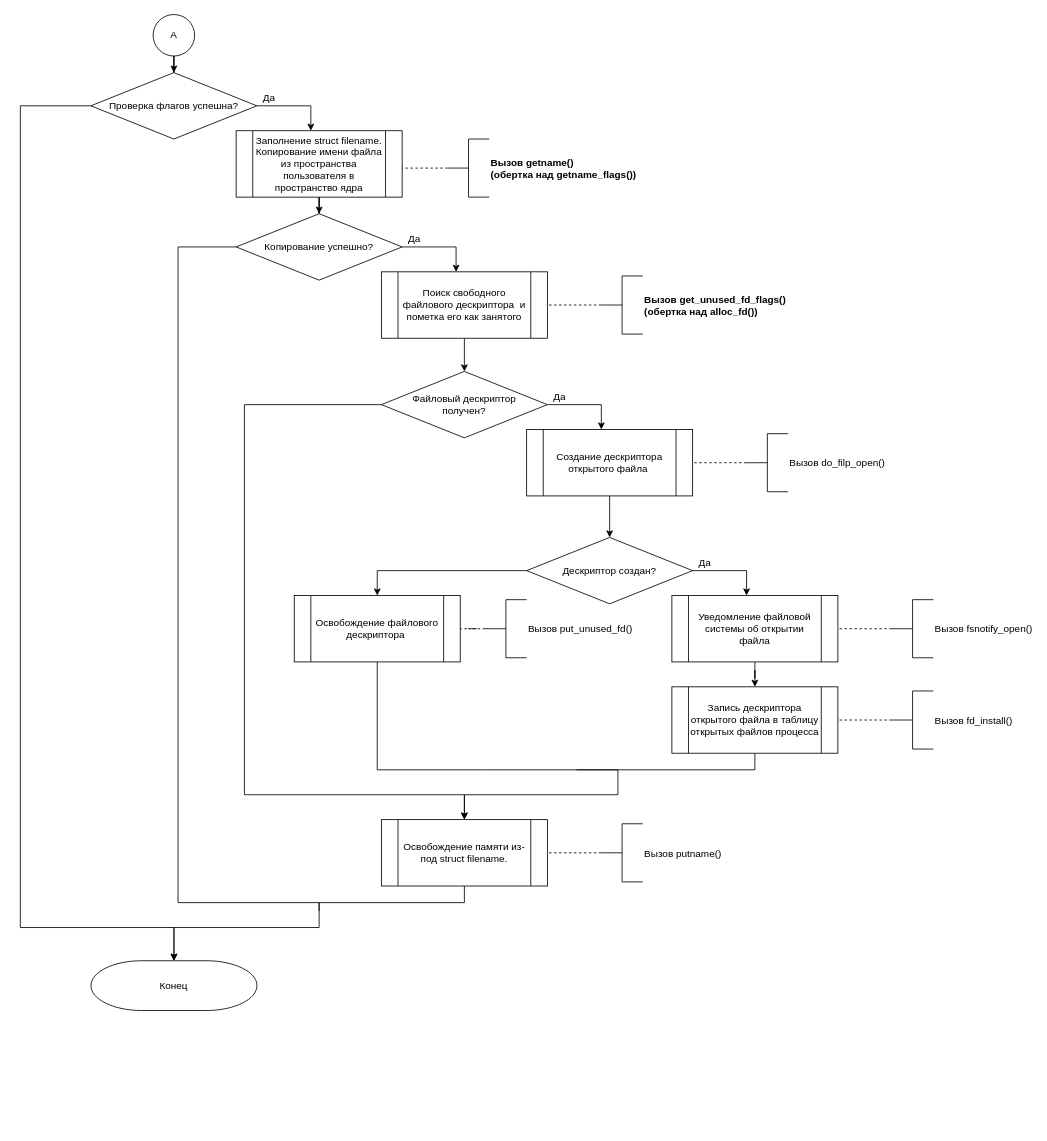
Above: page "open2" (2 of 7) of lab_06/tex/img/clean.drawio in alena-zayts/BMSTU_6sem_operating_systems (draw.io), before the change. Source tidied: cells renumbered, new cells numbered last; positions are measured from the earlier drawing's top-left corner, leaving out a move shared by most shapes. Both pictures are drawn from the tidied source at 83%, with x=0, y=0 at pixel (20, 14).
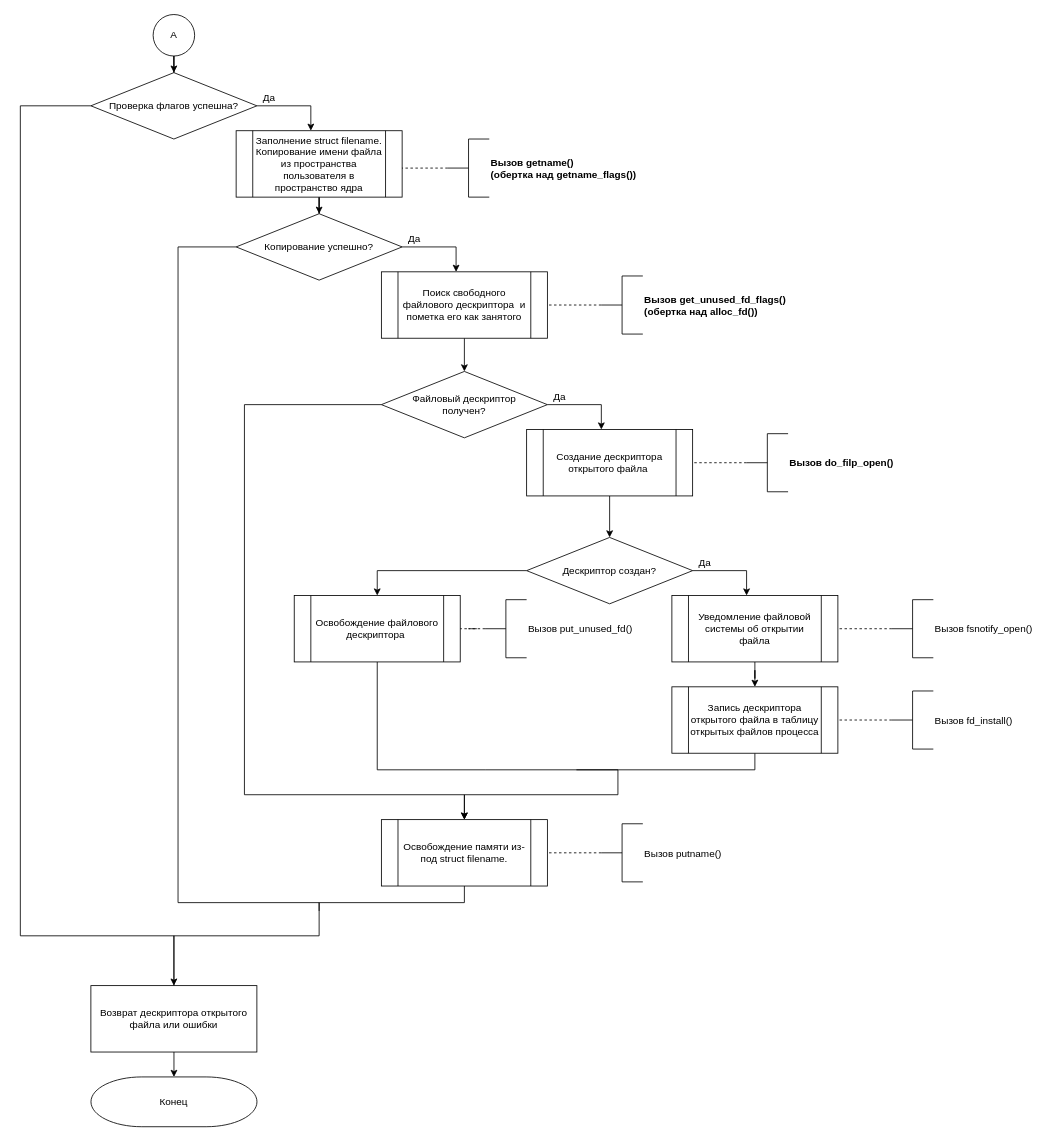
The same page after the edit.

The change refers to these unchanged cells:
```xml
<mxCell id="4" value="Проверка флагов успешна?" style="rhombus;whiteSpace=wrap;strokeWidth=1;fontFamily=Helvetica;fontSize=12;fontStyle=0;" parent="1" vertex="1">
  <mxGeometry x="85" y="70" width="200" height="80" as="geometry" />
</mxCell>
<mxCell id="45" value="Освобождение памяти из-под struct filename." style="shape=process;whiteSpace=wrap;backgroundOutline=1;fontFamily=Helvetica;fontSize=12;fontStyle=0;" parent="1" vertex="1">
  <mxGeometry x="435" y="970" width="200" height="80" as="geometry" />
</mxCell>
```

The edit, as a diff of the source:
```diff
@@
     <mxCell id="3" style="edgeStyle=orthogonalEdgeStyle;rounded=0;jettySize=auto;exitX=0;exitY=0.5;exitDx=0;exitDy=0;fontFamily=Helvetica;fontSize=12;fontStyle=0;entryX=0.5;entryY=0;entryDx=0;entryDy=0;entryPerimeter=0;" parent="1" edge="1" source="4" target="48">
       <mxGeometry relative="1" as="geometry">
         <Array as="points">
           <mxPoint y="110" />
-          <mxPoint y="1100" />
-          <mxPoint x="185" y="1100" />
+          <mxPoint y="1110" />
+          <mxPoint x="185" y="1110" />
         </Array>
       </mxGeometry>
     </mxCell>
@@
-    <mxCell id="26" value="Вызов do_filp_open()" style="strokeWidth=1;shape=mxgraph.flowchart.annotation_2;align=left;labelPosition=right;fontFamily=Helvetica;fontSize=12;fontStyle=0;" parent="1" vertex="1">
+    <mxCell id="26" value="Вызов do_filp_open()" style="strokeWidth=1;shape=mxgraph.flowchart.annotation_2;align=left;labelPosition=right;fontFamily=Helvetica;fontSize=12;fontStyle=1;" parent="1" vertex="1">
       <mxGeometry x="875" y="505" width="50" height="70" as="geometry" />
     </mxCell>
@@
-    <mxCell id="44" style="edgeStyle=orthogonalEdgeStyle;rounded=0;jettySize=auto;html=0;entryX=0.5;entryY=0;entryDx=0;entryDy=0;entryPerimeter=0;fontFamily=Helvetica;fontSize=12;fontColor=#000000;" parent="1" edge="1" source="45" target="48">
+    <mxCell id="44" style="edgeStyle=orthogonalEdgeStyle;rounded=0;jettySize=auto;html=0;entryX=0.5;entryY=0;entryDx=0;entryDy=0;fontFamily=Helvetica;fontSize=12;fontColor=#000000;" parent="1" edge="1" source="45" target="50">
       <mxGeometry relative="1" as="geometry">
         <Array as="points">
           <mxPoint x="535" y="1070" />
           <mxPoint x="360" y="1070" />
-          <mxPoint x="360" y="1100" />
-          <mxPoint x="185" y="1100" />
+          <mxPoint x="360" y="1110" />
+          <mxPoint x="185" y="1110" />
         </Array>
       </mxGeometry>
     </mxCell>
@@
     <mxCell id="48" value="Конец" style="strokeWidth=1;shape=mxgraph.flowchart.terminator;whiteSpace=wrap;fontFamily=Helvetica;fontSize=12;fontStyle=0;" parent="1" vertex="1">
-      <mxGeometry x="85.1" y="1140" width="200" height="60" as="geometry" />
+      <mxGeometry x="85.1" y="1280" width="200" height="60" as="geometry" />
     </mxCell>
@@
+    <mxCell id="50" value="Возврат дескриптора открытого файла или ошибки" style="rounded=0;whiteSpace=wrap;strokeWidth=1;fontFamily=Helvetica;fontSize=12;fontStyle=0;" parent="1" vertex="1">
+      <mxGeometry x="85" y="1170" width="200" height="80" as="geometry" />
+    </mxCell>
```
